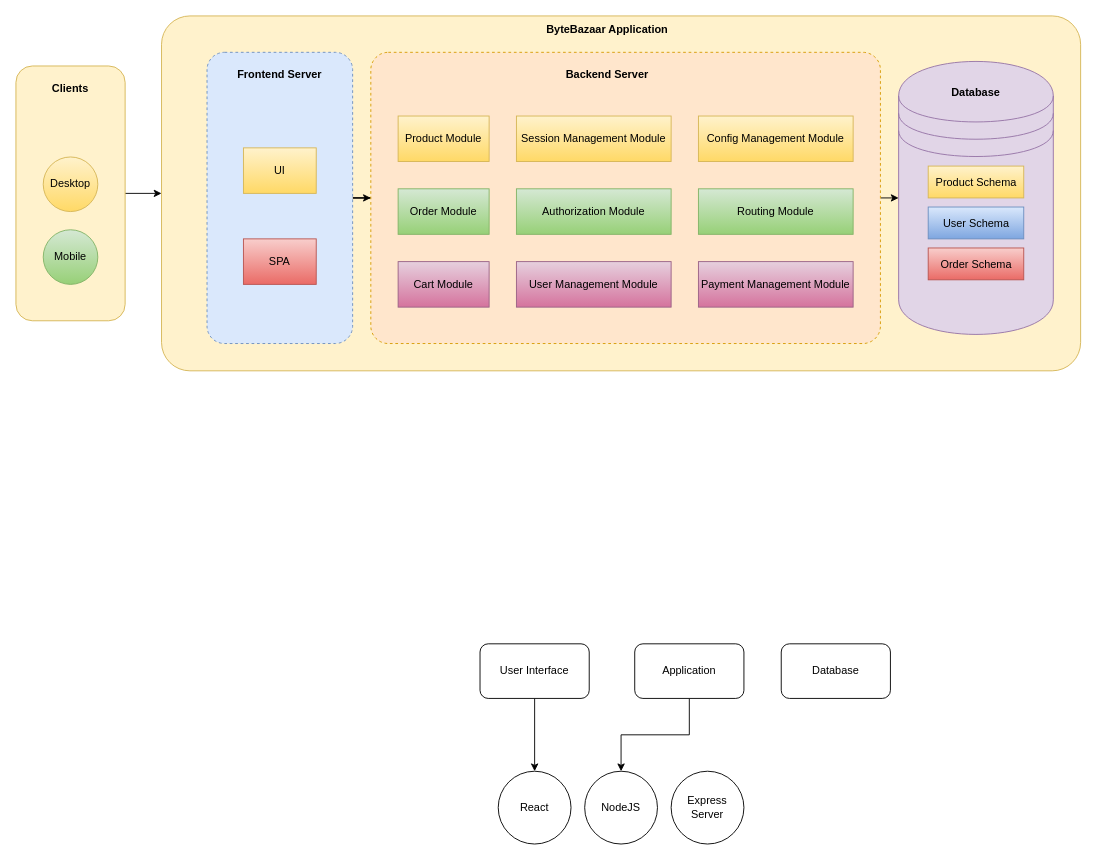
Before: design models.drawio in MuhammadHaris00/Diagrams, a draw.io diagram. Source tidied: cells renumbered, new cells numbered last; positions are measured from the earlier drawing's top-left corner, leaving out a move shared by most shapes. Both pictures are drawn from the tidied source at 91%, with x=0, y=0 at pixel (15, 15).
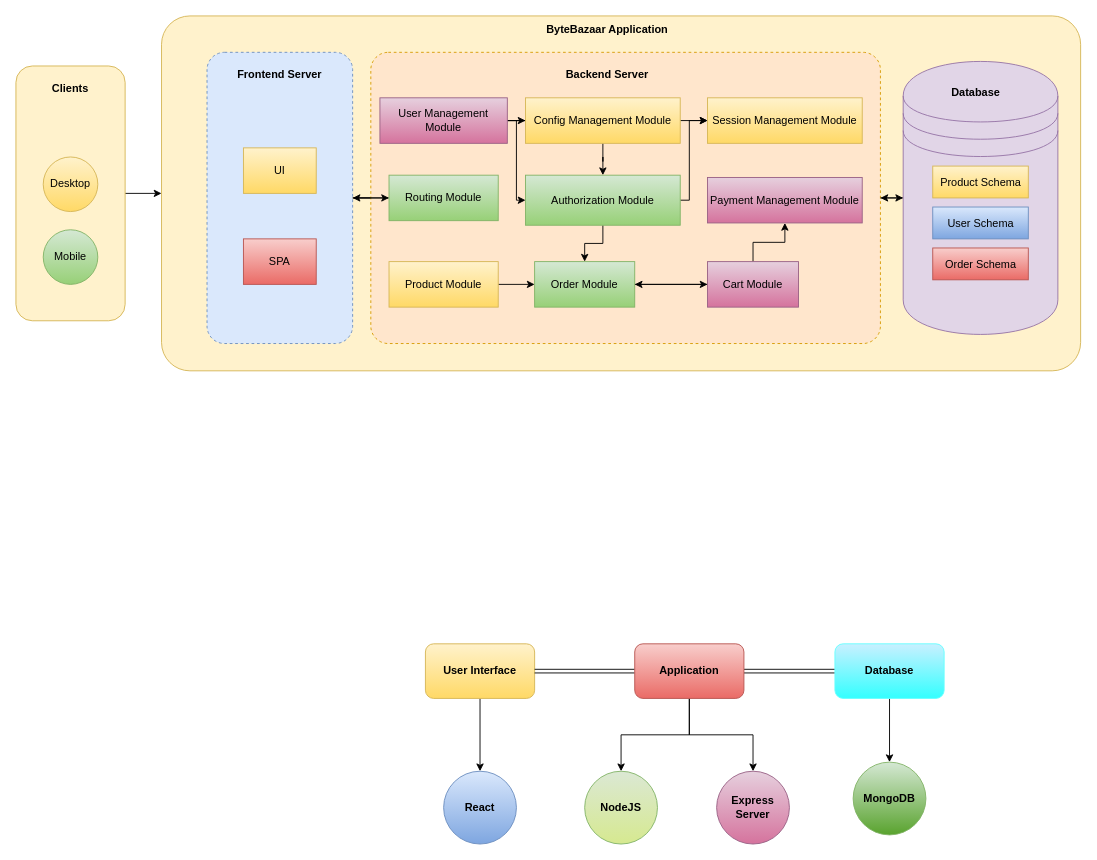
After the change.

Unchanged cells that the change refers to:
```xml
<mxCell id="11" style="rounded=1;whiteSpace=wrap;html=1;dashed=1;arcSize=12;fillColor=#dae8fc;strokeColor=#6c8ebf;" parent="1" vertex="1">
  <mxGeometry x="210" y="40" width="160" height="320" as="geometry" />
</mxCell>
```

Change to the diagram source:
```diff
@@
+    <mxCell id="39" style="edgeStyle=orthogonalEdgeStyle;rounded=0;jettySize=auto;html=1;" parent="1" edge="1" source="3">
+      <mxGeometry relative="1" as="geometry">
+        <mxPoint x="950" y="200" as="targetPoint" />
+      </mxGeometry>
+    </mxCell>
     <mxCell id="3" style="shape=datastore;whiteSpace=wrap;html=1;fillColor=#e1d5e7;strokeColor=#9673a6;" parent="1" vertex="1">
-      <mxGeometry x="970" y="50" width="170" height="300" as="geometry" />
+      <mxGeometry x="975" y="50" width="170" height="300" as="geometry" />
     </mxCell>
@@
-    <mxCell id="10" style="edgeStyle=orthogonalEdgeStyle;rounded=0;jettySize=auto;html=1;exitX=1;exitY=0.5;exitDx=0;exitDy=0;" parent="1" edge="1" source="11" target="16">
+    <mxCell id="10" style="edgeStyle=orthogonalEdgeStyle;rounded=0;jettySize=auto;html=1;exitX=1;exitY=0.5;exitDx=0;exitDy=0;entryX=0;entryY=0.5;entryDx=0;entryDy=0;" parent="1" edge="1" source="11" target="25">
       <mxGeometry relative="1" as="geometry" />
     </mxCell>
@@
+    <mxCell id="16" style="rounded=1;whiteSpace=wrap;html=1;dashed=1;arcSize=6;fillColor=#ffe6cc;strokeColor=#d79b00;" parent="1" vertex="1">
+      <mxGeometry x="390" y="40" width="560" height="320" as="geometry" />
+    </mxCell>
@@
-    <mxCell id="16" style="rounded=1;whiteSpace=wrap;html=1;dashed=1;arcSize=6;fillColor=#ffe6cc;strokeColor=#d79b00;" parent="1" vertex="1">
-      <mxGeometry x="390" y="40" width="560" height="320" as="geometry" />
-    </mxCell>
@@
+    <mxCell id="40" style="edgeStyle=orthogonalEdgeStyle;rounded=0;jettySize=auto;html=1;entryX=0;entryY=0.5;entryDx=0;entryDy=0;" parent="1" edge="1" source="18" target="19">
+      <mxGeometry relative="1" as="geometry" />
+    </mxCell>
     <mxCell id="18" value="Product Module" style="rounded=0;whiteSpace=wrap;html=1;fillColor=#fff2cc;gradientColor=#ffd966;strokeColor=#d6b656;" parent="1" vertex="1">
-      <mxGeometry x="420" y="110" width="100" height="50" as="geometry" />
+      <mxGeometry x="410" y="270" width="120" height="50" as="geometry" />
     </mxCell>
+    <mxCell id="41" style="rounded=0;jettySize=auto;html=1;entryX=0;entryY=0.5;entryDx=0;entryDy=0;" parent="1" edge="1" source="19" target="20">
+      <mxGeometry relative="1" as="geometry">
+        <Array as="points">
+          <mxPoint x="690" y="295" />
+        </Array>
+      </mxGeometry>
+    </mxCell>
     <mxCell id="19" value="Order Module" style="rounded=0;whiteSpace=wrap;html=1;fillColor=#d5e8d4;gradientColor=#97d077;strokeColor=#82b366;" parent="1" vertex="1">
-      <mxGeometry x="420" y="190" width="100" height="50" as="geometry" />
+      <mxGeometry x="570" y="270" width="110" height="50" as="geometry" />
     </mxCell>
+    <mxCell id="42" style="edgeStyle=orthogonalEdgeStyle;rounded=0;jettySize=auto;html=1;entryX=1;entryY=0.5;entryDx=0;entryDy=0;" parent="1" edge="1" source="20" target="19">
+      <mxGeometry relative="1" as="geometry" />
+    </mxCell>
+    <mxCell id="43" style="edgeStyle=orthogonalEdgeStyle;rounded=0;jettySize=auto;html=1;" parent="1" edge="1" source="20" target="21">
+      <mxGeometry relative="1" as="geometry" />
+    </mxCell>
     <mxCell id="20" value="Cart Module" style="rounded=0;whiteSpace=wrap;html=1;fillColor=#e6d0de;gradientColor=#d5739d;strokeColor=#996185;" parent="1" vertex="1">
-      <mxGeometry x="420" y="270" width="100" height="50" as="geometry" />
+      <mxGeometry x="760" y="270" width="100" height="50" as="geometry" />
     </mxCell>
     <mxCell id="21" value="Payment Management Module" style="rounded=0;whiteSpace=wrap;html=1;fillColor=#e6d0de;gradientColor=#d5739d;strokeColor=#996185;" parent="1" vertex="1">
-      <mxGeometry x="750" y="270" width="170" height="50" as="geometry" />
+      <mxGeometry x="760" y="177.5" width="170" height="50" as="geometry" />
     </mxCell>
     <mxCell id="22" value="Session Management Module" style="rounded=0;whiteSpace=wrap;html=1;fillColor=#fff2cc;gradientColor=#ffd966;strokeColor=#d6b656;" parent="1" vertex="1">
-      <mxGeometry x="550" y="110" width="170" height="50" as="geometry" />
+      <mxGeometry x="760" y="90" width="170" height="50" as="geometry" />
     </mxCell>
+    <mxCell id="44" style="edgeStyle=orthogonalEdgeStyle;rounded=0;jettySize=auto;html=1;entryX=0.5;entryY=0;entryDx=0;entryDy=0;" parent="1" edge="1" source="23" target="19">
+      <mxGeometry relative="1" as="geometry" />
+    </mxCell>
+    <mxCell id="45" style="edgeStyle=orthogonalEdgeStyle;rounded=0;jettySize=auto;html=1;entryX=0;entryY=0.5;entryDx=0;entryDy=0;" parent="1" edge="1" source="23" target="22">
+      <mxGeometry relative="1" as="geometry">
+        <Array as="points">
+          <mxPoint x="740" y="203" />
+          <mxPoint x="740" y="115" />
+        </Array>
+      </mxGeometry>
+    </mxCell>
     <mxCell id="23" value="Authorization Module" style="rounded=0;whiteSpace=wrap;html=1;fillColor=#d5e8d4;gradientColor=#97d077;strokeColor=#82b366;" parent="1" vertex="1">
-      <mxGeometry x="550" y="190" width="170" height="50" as="geometry" />
+      <mxGeometry x="560" y="175" width="170" height="55" as="geometry" />
     </mxCell>
+    <mxCell id="46" style="edgeStyle=orthogonalEdgeStyle;rounded=0;jettySize=auto;html=1;" parent="1" edge="1" source="24" target="26">
+      <mxGeometry relative="1" as="geometry" />
+    </mxCell>
+    <mxCell id="47" style="edgeStyle=orthogonalEdgeStyle;rounded=0;jettySize=auto;html=1;entryX=0;entryY=0.5;entryDx=0;entryDy=0;" parent="1" edge="1" source="24" target="23">
+      <mxGeometry relative="1" as="geometry">
+        <Array as="points">
+          <mxPoint x="550" y="115" />
+          <mxPoint x="550" y="203" />
+        </Array>
+      </mxGeometry>
+    </mxCell>
     <mxCell id="24" value="User Management Module" style="rounded=0;whiteSpace=wrap;html=1;fillColor=#e6d0de;gradientColor=#d5739d;strokeColor=#996185;" parent="1" vertex="1">
-      <mxGeometry x="550" y="270" width="170" height="50" as="geometry" />
+      <mxGeometry x="400" y="90" width="140" height="50" as="geometry" />
     </mxCell>
+    <mxCell id="48" style="edgeStyle=orthogonalEdgeStyle;rounded=0;jettySize=auto;html=1;" parent="1" edge="1" source="25">
+      <mxGeometry relative="1" as="geometry">
+        <mxPoint x="370" y="200" as="targetPoint" />
+      </mxGeometry>
+    </mxCell>
     <mxCell id="25" value="Routing Module" style="rounded=0;whiteSpace=wrap;html=1;fillColor=#d5e8d4;gradientColor=#97d077;strokeColor=#82b366;" parent="1" vertex="1">
-      <mxGeometry x="750" y="190" width="170" height="50" as="geometry" />
+      <mxGeometry x="410" y="175" width="120" height="50" as="geometry" />
     </mxCell>
+    <mxCell id="49" style="edgeStyle=orthogonalEdgeStyle;rounded=0;jettySize=auto;html=1;" parent="1" edge="1" source="26" target="23">
+      <mxGeometry relative="1" as="geometry" />
+    </mxCell>
+    <mxCell id="50" style="edgeStyle=orthogonalEdgeStyle;rounded=0;jettySize=auto;html=1;exitX=1;exitY=0.5;exitDx=0;exitDy=0;entryX=0;entryY=0.5;entryDx=0;entryDy=0;" parent="1" edge="1" source="26" target="22">
+      <mxGeometry relative="1" as="geometry" />
+    </mxCell>
     <mxCell id="26" value="Config Management Module" style="rounded=0;whiteSpace=wrap;html=1;fillColor=#fff2cc;gradientColor=#ffd966;strokeColor=#d6b656;" parent="1" vertex="1">
-      <mxGeometry x="750" y="110" width="170" height="50" as="geometry" />
+      <mxGeometry x="560" y="90" width="170" height="50" as="geometry" />
     </mxCell>
@@
     <mxCell id="28" value="Product Schema" style="rounded=0;whiteSpace=wrap;html=1;fillColor=#fff2cc;gradientColor=#ffd966;strokeColor=#d6b656;" parent="1" vertex="1">
-      <mxGeometry x="1002.5" y="165" width="105" height="35" as="geometry" />
+      <mxGeometry x="1007.5" y="165" width="105" height="35" as="geometry" />
     </mxCell>
     <mxCell id="29" value="User Schema" style="rounded=0;whiteSpace=wrap;html=1;fillColor=#dae8fc;gradientColor=#7ea6e0;strokeColor=#6c8ebf;" parent="1" vertex="1">
-      <mxGeometry x="1002.5" y="210" width="105" height="35" as="geometry" />
+      <mxGeometry x="1007.5" y="210" width="105" height="35" as="geometry" />
     </mxCell>
     <mxCell id="30" value="Order Schema" style="rounded=0;whiteSpace=wrap;html=1;fillColor=#f8cecc;gradientColor=#ea6b66;strokeColor=#b85450;" parent="1" vertex="1">
-      <mxGeometry x="1002.5" y="255" width="105" height="35" as="geometry" />
+      <mxGeometry x="1007.5" y="255" width="105" height="35" as="geometry" />
     </mxCell>
-    <mxCell id="31" style="edgeStyle=orthogonalEdgeStyle;rounded=0;jettySize=auto;html=1;" parent="1" edge="1" source="32" target="36">
+    <mxCell id="31" style="edgeStyle=orthogonalEdgeStyle;rounded=0;jettySize=auto;html=1;fontStyle=1;" parent="1" edge="1" source="32" target="36">
       <mxGeometry relative="1" as="geometry" />
     </mxCell>
-    <mxCell id="32" value="User Interface" style="rounded=1;whiteSpace=wrap;html=1;" parent="1" vertex="1">
-      <mxGeometry x="510" y="690" width="120" height="60" as="geometry" />
+    <mxCell id="32" value="User Interface" style="rounded=1;whiteSpace=wrap;html=1;fillColor=#fff2cc;gradientColor=#ffd966;strokeColor=#d6b656;fontStyle=1;" parent="1" vertex="1">
+      <mxGeometry x="450" y="690" width="120" height="60" as="geometry" />
     </mxCell>
-    <mxCell id="33" style="edgeStyle=orthogonalEdgeStyle;rounded=0;jettySize=auto;html=1;" parent="1" edge="1" source="34" target="37">
+    <mxCell id="33" style="edgeStyle=orthogonalEdgeStyle;rounded=0;jettySize=auto;html=1;fontStyle=1;" parent="1" edge="1" source="34" target="37">
       <mxGeometry relative="1" as="geometry" />
     </mxCell>
+    <mxCell id="51" style="edgeStyle=orthogonalEdgeStyle;rounded=0;jettySize=auto;html=1;entryX=0.5;entryY=0;entryDx=0;entryDy=0;fontStyle=1;" parent="1" edge="1" source="34" target="38">
+      <mxGeometry relative="1" as="geometry" />
+    </mxCell>
+    <mxCell id="52" style="edgeStyle=orthogonalEdgeStyle;rounded=0;jettySize=auto;html=1;exitX=0;exitY=0.5;exitDx=0;exitDy=0;entryX=1;entryY=0.5;entryDx=0;entryDy=0;shape=link;fontStyle=1;" parent="1" edge="1" source="34" target="32">
+      <mxGeometry relative="1" as="geometry" />
+    </mxCell>
+    <mxCell id="53" style="edgeStyle=orthogonalEdgeStyle;rounded=0;jettySize=auto;html=1;exitX=1;exitY=0.5;exitDx=0;exitDy=0;entryX=0;entryY=0.5;entryDx=0;entryDy=0;shape=link;fontStyle=1;" parent="1" edge="1" source="34" target="35">
+      <mxGeometry relative="1" as="geometry" />
+    </mxCell>
-    <mxCell id="34" value="Application" style="rounded=1;whiteSpace=wrap;html=1;" parent="1" vertex="1">
+    <mxCell id="34" value="Application" style="rounded=1;whiteSpace=wrap;html=1;fillColor=#f8cecc;gradientColor=#ea6b66;strokeColor=#b85450;fontStyle=1;" parent="1" vertex="1">
       <mxGeometry x="680" y="690" width="120" height="60" as="geometry" />
     </mxCell>
+    <mxCell id="54" style="edgeStyle=orthogonalEdgeStyle;rounded=0;jettySize=auto;html=1;fontStyle=1;" parent="1" edge="1" source="35" target="55">
+      <mxGeometry relative="1" as="geometry" />
+    </mxCell>
-    <mxCell id="35" value="Database" style="rounded=1;whiteSpace=wrap;html=1;" parent="1" vertex="1">
-      <mxGeometry x="841" y="690" width="120" height="60" as="geometry" />
+    <mxCell id="35" value="Database" style="rounded=1;whiteSpace=wrap;html=1;fillColor=#C9F0FF;gradientColor=#33FFFF;strokeColor=#66FFFF;fontStyle=1;" parent="1" vertex="1">
+      <mxGeometry x="900" y="690" width="120" height="60" as="geometry" />
     </mxCell>
-    <mxCell id="36" value="React" style="ellipse;whiteSpace=wrap;html=1;rounded=1;" parent="1" vertex="1">
-      <mxGeometry x="530" y="830" width="80" height="80" as="geometry" />
+    <mxCell id="36" value="React" style="ellipse;whiteSpace=wrap;html=1;rounded=1;fillColor=#dae8fc;gradientColor=#7ea6e0;strokeColor=#6c8ebf;fontStyle=1;" parent="1" vertex="1">
+      <mxGeometry x="470" y="830" width="80" height="80" as="geometry" />
     </mxCell>
-    <mxCell id="37" value="NodeJS" style="ellipse;whiteSpace=wrap;html=1;rounded=1;" parent="1" vertex="1">
+    <mxCell id="37" value="NodeJS" style="ellipse;whiteSpace=wrap;html=1;rounded=1;fillColor=#DBE8D4;gradientColor=#D6E990;strokeColor=#82b366;fontStyle=1;" parent="1" vertex="1">
       <mxGeometry x="625" y="830" width="80" height="80" as="geometry" />
     </mxCell>
-    <mxCell id="38" value="Express Server" style="ellipse;whiteSpace=wrap;html=1;rounded=1;" parent="1" vertex="1">
-      <mxGeometry x="720" y="830" width="80" height="80" as="geometry" />
+    <mxCell id="38" value="Express Server" style="ellipse;whiteSpace=wrap;html=1;rounded=1;fillColor=#e6d0de;gradientColor=#d5739d;strokeColor=#996185;fontStyle=1;" parent="1" vertex="1">
+      <mxGeometry x="770" y="830" width="80" height="80" as="geometry" />
     </mxCell>
+    <mxCell id="55" value="MongoDB" style="ellipse;whiteSpace=wrap;html=1;rounded=1;fillColor=#d5e8d4;gradientColor=#59A32E;strokeColor=#82b366;fontStyle=1;" parent="1" vertex="1">
+      <mxGeometry x="920" y="820" width="80" height="80" as="geometry" />
+    </mxCell>
+    <mxCell id="56" style="edgeStyle=orthogonalEdgeStyle;rounded=0;jettySize=auto;html=1;exitX=1;exitY=0.5;exitDx=0;exitDy=0;entryX=0;entryY=0.5;entryDx=0;entryDy=0;" parent="1" edge="1" source="11" target="25">
+      <mxGeometry relative="1" as="geometry" />
+    </mxCell>
```
